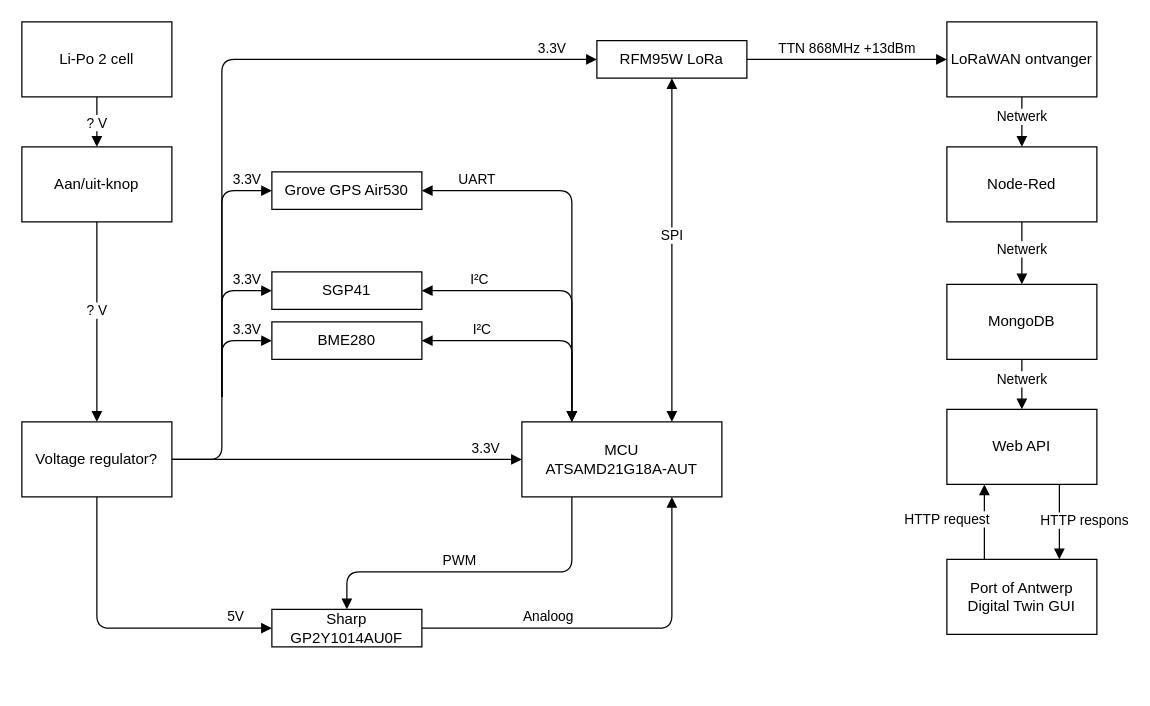
Above: Pictures/BlockDiagrams/To-Be_BlockDiagram.drawio in AP-Project-Analysis-2IT-IOT-1TVT-IOT/bavo-birk-docs-luchtsensor (draw.io), before the change. Source tidied: cells renumbered, new cells numbered last; positions are measured from the earlier drawing's top-left corner, leaving out a move shared by most shapes. Both pictures are drawn from the tidied source at 125%, with x=0, y=0 at pixel (21, 21).
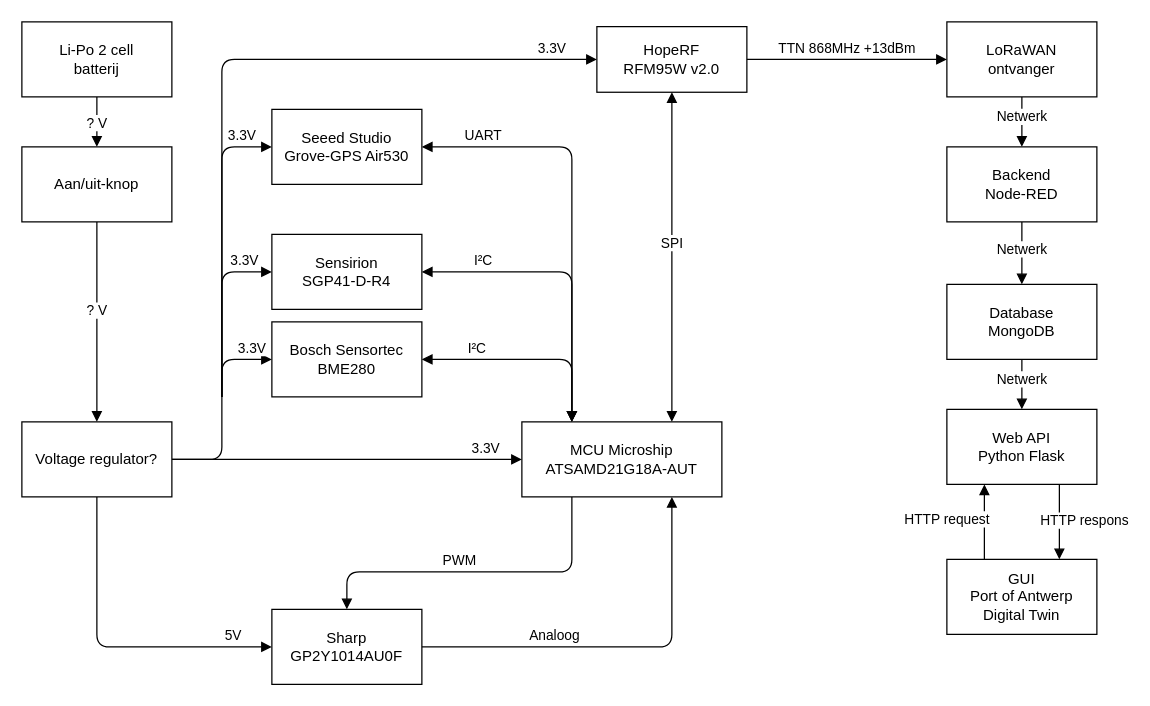
After the change.

The change refers to these unchanged cells:
```xml
<mxCell id="32" value="Voltage regulator?" style="rounded=0;whiteSpace=wrap;html=1;" parent="1" vertex="1">
  <mxGeometry y="320" width="120" height="60" as="geometry" />
</mxCell>
```

The edit, as a diff of the source:
```diff
@@
-    <mxCell id="3" value="Li-Po 2 cell" style="rounded=0;whiteSpace=wrap;html=1;" parent="1" vertex="1">
+    <mxCell id="3" value="Li-Po 2 cell&lt;br&gt;batterij" style="rounded=0;whiteSpace=wrap;html=1;" parent="1" vertex="1">
       <mxGeometry width="120" height="60" as="geometry" />
     </mxCell>
@@
-    <mxCell id="5" value="SGP41" style="rounded=0;whiteSpace=wrap;html=1;" parent="1" vertex="1">
-      <mxGeometry x="200" y="200" width="120" height="30" as="geometry" />
+    <mxCell id="5" value="Sensirion&lt;br&gt;SGP41-D-R4" style="rounded=0;whiteSpace=wrap;html=1;" parent="1" vertex="1">
+      <mxGeometry x="200" y="170" width="120" height="60" as="geometry" />
     </mxCell>
-    <mxCell id="6" value="BME280" style="rounded=0;whiteSpace=wrap;html=1;" parent="1" vertex="1">
-      <mxGeometry x="200" y="240" width="120" height="30" as="geometry" />
+    <mxCell id="6" value="Bosch Sensortec BME280" style="rounded=0;whiteSpace=wrap;html=1;" parent="1" vertex="1">
+      <mxGeometry x="200" y="240" width="120" height="60" as="geometry" />
     </mxCell>
-    <mxCell id="7" value="MCU &lt;br&gt;ATSAMD21G18A-AUT" style="rounded=0;whiteSpace=wrap;html=1;" parent="1" vertex="1">
+    <mxCell id="7" value="MCU&amp;nbsp;Microship&lt;br&gt;ATSAMD21G18A-AUT" style="rounded=0;whiteSpace=wrap;html=1;" parent="1" vertex="1">
       <mxGeometry x="400" y="320" width="160" height="60" as="geometry" />
     </mxCell>
     <mxCell id="8" value="Sharp GP2Y1014AU0F" style="rounded=0;whiteSpace=wrap;html=1;" parent="1" vertex="1">
-      <mxGeometry x="200" y="470" width="120" height="30" as="geometry" />
+      <mxGeometry x="200" y="470" width="120" height="60" as="geometry" />
     </mxCell>
     <mxCell id="9" value="5V" style="html=1;verticalAlign=bottom;endArrow=block;exitX=0.5;exitY=1;exitDx=0;exitDy=0;entryX=0;entryY=0.5;entryDx=0;entryDy=0;" parent="1" edge="1" source="32" target="8">
       <mxGeometry x="0.76" relative="1" as="geometry">
         <Array as="points">
-          <mxPoint x="60" y="485" />
+          <mxPoint x="60" y="500" />
         </Array>
       </mxGeometry>
     </mxCell>
@@
     <mxCell id="11" value="3.3V" style="html=1;verticalAlign=bottom;endArrow=block;entryX=0;entryY=0.5;entryDx=0;entryDy=0;" parent="1" edge="1" target="5">
       <mxGeometry x="0.68" relative="1" as="geometry">
         <mxPoint x="160" y="300" as="sourcePoint" />
         <Array as="points">
-          <mxPoint x="160" y="215" />
+          <mxPoint x="160" y="200" />
         </Array>
       </mxGeometry>
     </mxCell>
     <mxCell id="12" value="3.3V" style="html=1;verticalAlign=bottom;endArrow=block;entryX=0;entryY=0.5;entryDx=0;entryDy=0;" parent="1" edge="1" target="6">
       <mxGeometry x="0.53" relative="1" as="geometry">
         <mxPoint x="160" y="300" as="sourcePoint" />
         <Array as="points">
-          <mxPoint x="160" y="255" />
+          <mxPoint x="160" y="270" />
         </Array>
       </mxGeometry>
     </mxCell>
     <mxCell id="13" value="Analoog" style="html=1;verticalAlign=bottom;endArrow=block;exitX=1;exitY=0.5;exitDx=0;exitDy=0;entryX=0.75;entryY=1;entryDx=0;entryDy=0;" parent="1" edge="1" source="8" target="7">
       <mxGeometry x="-0.34" relative="1" as="geometry">
         <Array as="points">
-          <mxPoint x="520" y="485" />
+          <mxPoint x="520" y="500" />
         </Array>
       </mxGeometry>
     </mxCell>
     <mxCell id="14" value="I²C" style="html=1;verticalAlign=bottom;endArrow=block;exitX=1;exitY=0.5;exitDx=0;exitDy=0;entryX=0.25;entryY=0;entryDx=0;entryDy=0;startArrow=block;startFill=1;" parent="1" edge="1" source="6" target="7">
       <mxGeometry x="-0.48" relative="1" as="geometry">
         <Array as="points">
-          <mxPoint x="440" y="255" />
+          <mxPoint x="440" y="270" />
         </Array>
       </mxGeometry>
     </mxCell>
     <mxCell id="15" value="I²C" style="html=1;verticalAlign=bottom;endArrow=block;entryX=0.25;entryY=0;entryDx=0;entryDy=0;exitX=1;exitY=0.5;exitDx=0;exitDy=0;startArrow=block;startFill=1;" parent="1" edge="1" source="5" target="7">
       <mxGeometry x="-0.59" relative="1" as="geometry">
         <Array as="points">
-          <mxPoint x="440" y="215" />
+          <mxPoint x="440" y="200" />
         </Array>
       </mxGeometry>
     </mxCell>
-    <mxCell id="16" value="LoRaWAN ontvanger" style="rounded=0;whiteSpace=wrap;html=1;" parent="1" vertex="1">
+    <mxCell id="16" value="LoRaWAN&lt;br&gt;ontvanger" style="rounded=0;whiteSpace=wrap;html=1;" parent="1" vertex="1">
       <mxGeometry x="740" width="120" height="60" as="geometry" />
     </mxCell>
-    <mxCell id="17" value="MongoDB" style="rounded=0;whiteSpace=wrap;html=1;" parent="1" vertex="1">
+    <mxCell id="17" value="Database&lt;br&gt;MongoDB" style="rounded=0;whiteSpace=wrap;html=1;" parent="1" vertex="1">
       <mxGeometry x="740" y="210" width="120" height="60" as="geometry" />
     </mxCell>
-    <mxCell id="18" value="Port of Antwerp&lt;br&gt;Digital Twin GUI" style="rounded=0;whiteSpace=wrap;html=1;" parent="1" vertex="1">
+    <mxCell id="18" value="GUI&lt;br&gt;Port of Antwerp&lt;br&gt;Digital Twin" style="rounded=0;whiteSpace=wrap;html=1;" parent="1" vertex="1">
       <mxGeometry x="740" y="430" width="120" height="60" as="geometry" />
     </mxCell>
@@
-    <mxCell id="22" value="RFM95W LoRa" style="rounded=0;whiteSpace=wrap;html=1;" parent="1" vertex="1">
-      <mxGeometry x="460" y="15" width="120" height="30" as="geometry" />
+    <mxCell id="22" value="HopeRF&lt;br&gt;RFM95W v2.0" style="rounded=0;whiteSpace=wrap;html=1;" parent="1" vertex="1">
+      <mxGeometry x="460" y="3.8" width="120" height="52.5" as="geometry" />
     </mxCell>
@@
-    <mxCell id="24" value="Grove GPS Air530" style="rounded=0;whiteSpace=wrap;html=1;" parent="1" vertex="1">
-      <mxGeometry x="200" y="120" width="120" height="30" as="geometry" />
+    <mxCell id="24" value="Seeed Studio&lt;br&gt;Grove-GPS Air530" style="rounded=0;whiteSpace=wrap;html=1;" parent="1" vertex="1">
+      <mxGeometry x="200" y="70" width="120" height="60" as="geometry" />
     </mxCell>
     <mxCell id="25" value="3.3V" style="html=1;verticalAlign=bottom;endArrow=block;entryX=0;entryY=0.5;entryDx=0;entryDy=0;" parent="1" edge="1" target="24">
       <mxGeometry x="0.8" relative="1" as="geometry">
         <mxPoint x="160" y="300" as="sourcePoint" />
         <Array as="points">
-          <mxPoint x="160" y="135" />
+          <mxPoint x="160" y="100" />
         </Array>
       </mxGeometry>
     </mxCell>
     <mxCell id="26" value="UART" style="html=1;verticalAlign=bottom;endArrow=block;exitX=1;exitY=0.5;exitDx=0;exitDy=0;entryX=0.25;entryY=0;entryDx=0;entryDy=0;startArrow=block;startFill=1;" parent="1" edge="1" source="24" target="7">
       <mxGeometry x="-0.71" relative="1" as="geometry">
         <Array as="points">
-          <mxPoint x="440" y="135" />
+          <mxPoint x="440" y="100" />
         </Array>
       </mxGeometry>
     </mxCell>
     <mxCell id="27" value="3.3V" style="html=1;verticalAlign=bottom;endArrow=block;entryX=0;entryY=0.5;entryDx=0;entryDy=0;exitX=1;exitY=0.5;exitDx=0;exitDy=0;" parent="1" edge="1" source="32" target="22">
       <mxGeometry x="0.89" relative="1" as="geometry">
         <Array as="points">
           <mxPoint x="160" y="350" />
+          <mxPoint x="160" y="250" />
+          <mxPoint x="160" y="210" />
+          <mxPoint x="160" y="180" />
           <mxPoint x="160" y="30" />
         </Array>
       </mxGeometry>
     </mxCell>
@@
-    <mxCell id="30" value="Node-Red" style="rounded=0;whiteSpace=wrap;html=1;" parent="1" vertex="1">
+    <mxCell id="30" value="Backend&lt;br&gt;Node-RED" style="rounded=0;whiteSpace=wrap;html=1;" parent="1" vertex="1">
       <mxGeometry x="740" y="100" width="120" height="60" as="geometry" />
     </mxCell>
@@
-    <mxCell id="34" value="Web API" style="rounded=0;whiteSpace=wrap;html=1;" parent="1" vertex="1">
+    <mxCell id="34" value="Web API&lt;br&gt;Python Flask" style="rounded=0;whiteSpace=wrap;html=1;" parent="1" vertex="1">
       <mxGeometry x="740" y="310" width="120" height="60" as="geometry" />
     </mxCell>
```
